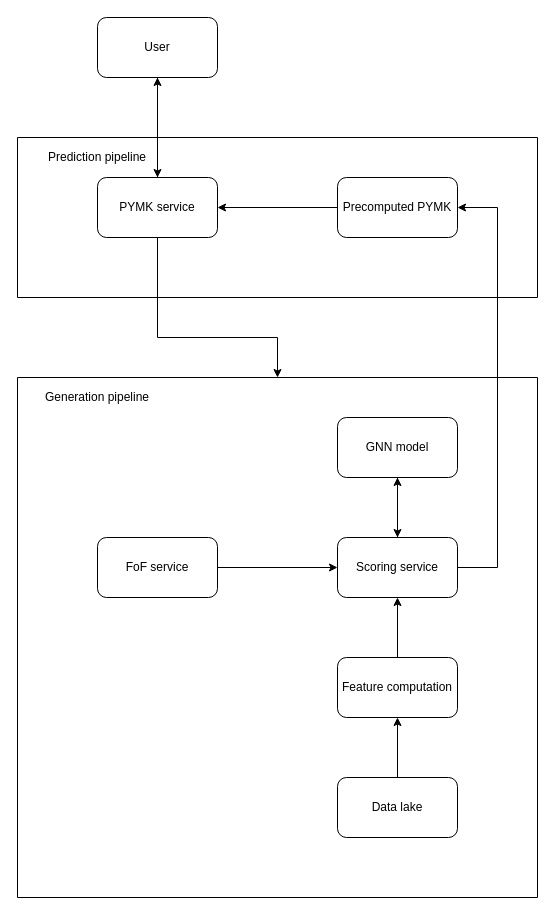
This is machine-learning/image/machine-learning-system-design-1/people-you-may-know-1.drawio from riehseun/riehseun.github.io, a draw.io file, before an edit. Source tidied: cells renumbered, new cells numbered last; positions are measured from the earlier drawing's top-left corner, leaving out a move shared by most shapes. Both pictures are drawn from the tidied source at 100%, with x=0, y=0 at pixel (17, 17).
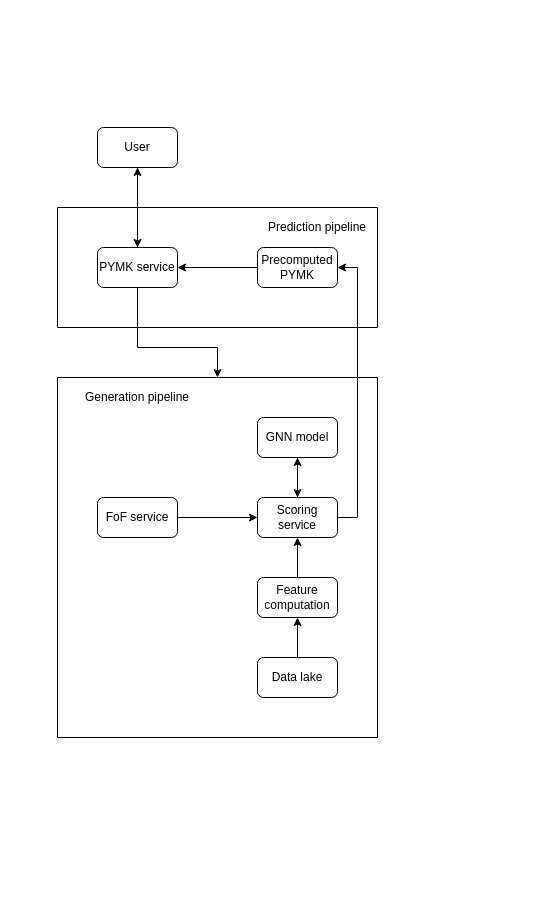
After the change.

What changed in the source:
```diff
@@
     <mxCell id="2" style="swimlane;startSize=0;" parent="1" vertex="1">
-      <mxGeometry y="120" width="520" height="160" as="geometry" />
+      <mxGeometry x="40" y="190" width="320" height="120" as="geometry" />
     </mxCell>
@@
     <mxCell id="4" value="Precomputed PYMK" style="rounded=1;whiteSpace=wrap;html=1;" parent="2" vertex="1">
-      <mxGeometry x="320" y="40" width="120" height="60" as="geometry" />
+      <mxGeometry x="200" y="40" width="80" height="40" as="geometry" />
     </mxCell>
     <mxCell id="5" value="PYMK service" style="rounded=1;whiteSpace=wrap;html=1;" parent="2" vertex="1">
-      <mxGeometry x="80" y="40" width="120" height="60" as="geometry" />
+      <mxGeometry x="40" y="40" width="80" height="40" as="geometry" />
     </mxCell>
     <mxCell id="6" value="Prediction pipeline" style="text;html=1;align=center;verticalAlign=middle;whiteSpace=wrap;rounded=0;" parent="2" vertex="1">
-      <mxGeometry width="160" height="40" as="geometry" />
+      <mxGeometry x="200" width="120" height="40" as="geometry" />
     </mxCell>
     <mxCell id="7" style="swimlane;startSize=0;" parent="1" vertex="1">
-      <mxGeometry y="360" width="520" height="520" as="geometry" />
+      <mxGeometry x="40" y="360" width="320" height="360" as="geometry" />
     </mxCell>
@@
     <mxCell id="9" value="GNN model" style="rounded=1;whiteSpace=wrap;html=1;" parent="7" vertex="1">
-      <mxGeometry x="320" y="40" width="120" height="60" as="geometry" />
+      <mxGeometry x="200" y="40" width="80" height="40" as="geometry" />
     </mxCell>
@@
     <mxCell id="11" value="Scoring service" style="rounded=1;whiteSpace=wrap;html=1;" parent="7" vertex="1">
-      <mxGeometry x="320" y="160" width="120" height="60" as="geometry" />
+      <mxGeometry x="200" y="120" width="80" height="40" as="geometry" />
     </mxCell>
@@
     <mxCell id="13" value="Feature computation" style="rounded=1;whiteSpace=wrap;html=1;" parent="7" vertex="1">
-      <mxGeometry x="320" y="280" width="120" height="60" as="geometry" />
+      <mxGeometry x="200" y="200" width="80" height="40" as="geometry" />
     </mxCell>
@@
     <mxCell id="15" value="FoF service" style="rounded=1;whiteSpace=wrap;html=1;" parent="7" vertex="1">
-      <mxGeometry x="80" y="160" width="120" height="60" as="geometry" />
+      <mxGeometry x="40" y="120" width="80" height="40" as="geometry" />
     </mxCell>
@@
     <mxCell id="17" value="Data lake" style="rounded=1;whiteSpace=wrap;html=1;" parent="7" vertex="1">
-      <mxGeometry x="320" y="400" width="120" height="60" as="geometry" />
+      <mxGeometry x="200" y="280" width="80" height="40" as="geometry" />
     </mxCell>
@@
     <mxCell id="20" value="User" style="rounded=1;whiteSpace=wrap;html=1;" parent="1" vertex="1">
-      <mxGeometry x="80" width="120" height="60" as="geometry" />
+      <mxGeometry x="80" y="110" width="80" height="40" as="geometry" />
     </mxCell>
@@
+    <mxCell id="23" style="edgeStyle=orthogonalEdgeStyle;rounded=0;jettySize=auto;html=1;exitX=1;exitY=0.5;exitDx=0;exitDy=0;entryX=1;entryY=0.5;entryDx=0;entryDy=0;" parent="1" edge="1" source="11" target="4">
+      <mxGeometry relative="1" as="geometry" />
+    </mxCell>
-    <mxCell id="22" style="edgeStyle=orthogonalEdgeStyle;rounded=0;jettySize=auto;html=1;exitX=0.5;exitY=1;exitDx=0;exitDy=0;" parent="1" edge="1" source="5" target="7">
+    <mxCell id="22" style="edgeStyle=orthogonalEdgeStyle;rounded=0;jettySize=auto;html=1;exitX=0.5;exitY=1;exitDx=0;exitDy=0;entryX=0.5;entryY=0;entryDx=0;entryDy=0;" parent="1" edge="1" source="5" target="7">
       <mxGeometry relative="1" as="geometry">
         <Array as="points">
-          <mxPoint x="140" y="320" />
-          <mxPoint x="260" y="320" />
+          <mxPoint x="120" y="330" />
+          <mxPoint x="200" y="330" />
         </Array>
       </mxGeometry>
     </mxCell>
-    <mxCell id="23" style="edgeStyle=orthogonalEdgeStyle;rounded=0;jettySize=auto;html=1;exitX=1;exitY=0.5;exitDx=0;exitDy=0;entryX=1;entryY=0.5;entryDx=0;entryDy=0;" parent="1" edge="1" source="11" target="4">
-      <mxGeometry relative="1" as="geometry">
-        <Array as="points">
-          <mxPoint x="480" y="550" />
-          <mxPoint x="480" y="190" />
-        </Array>
-      </mxGeometry>
-    </mxCell>
```
